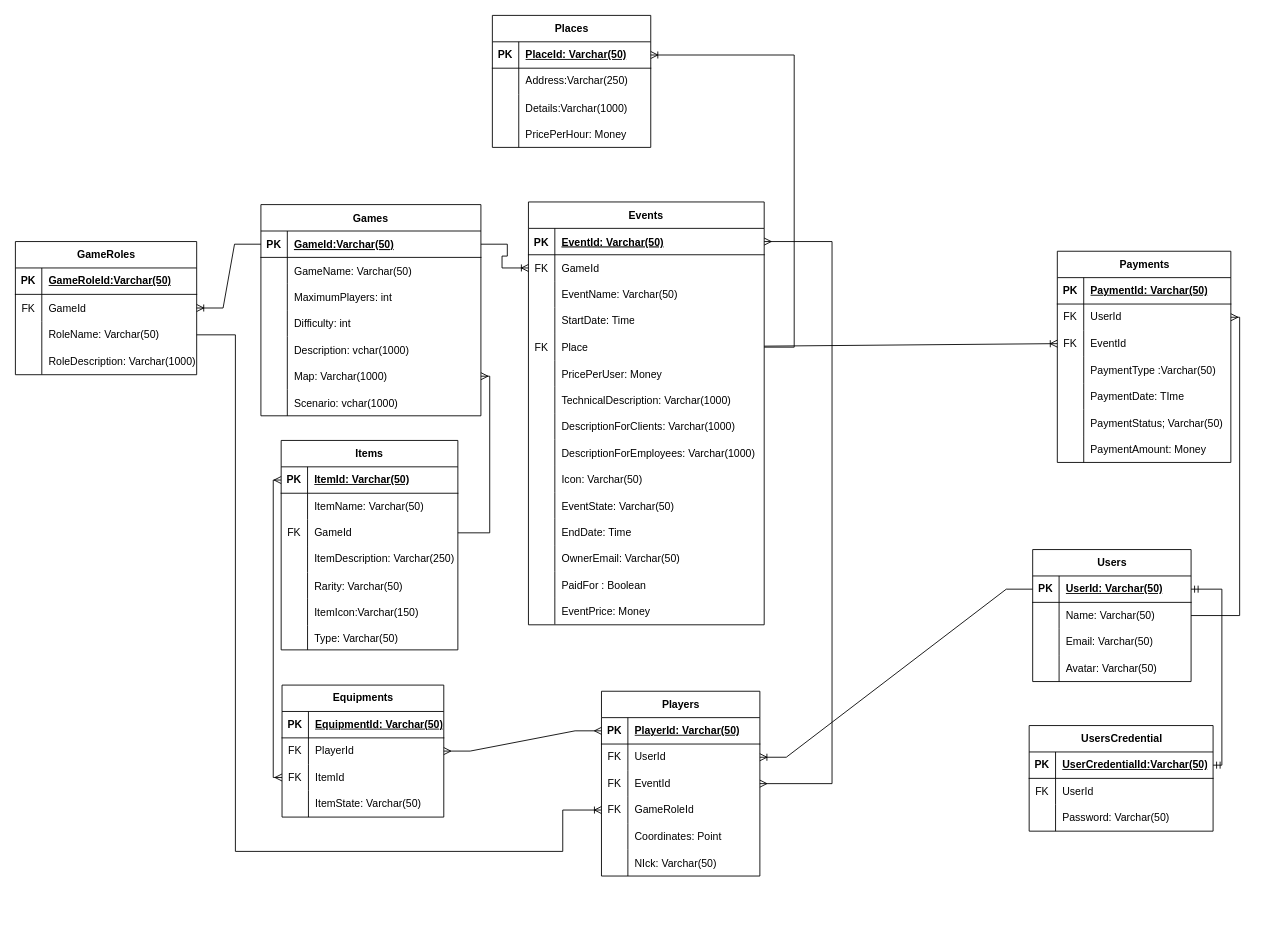
Before: ERD.drawio in PO-2023Z/larpex-db, a draw.io diagram. Source tidied: cells renumbered, new cells numbered last; positions are measured from the earlier drawing's top-left corner, leaving out a move shared by most shapes. Both pictures are drawn from the tidied source at 88%, with x=0, y=0 at pixel (15, 15).
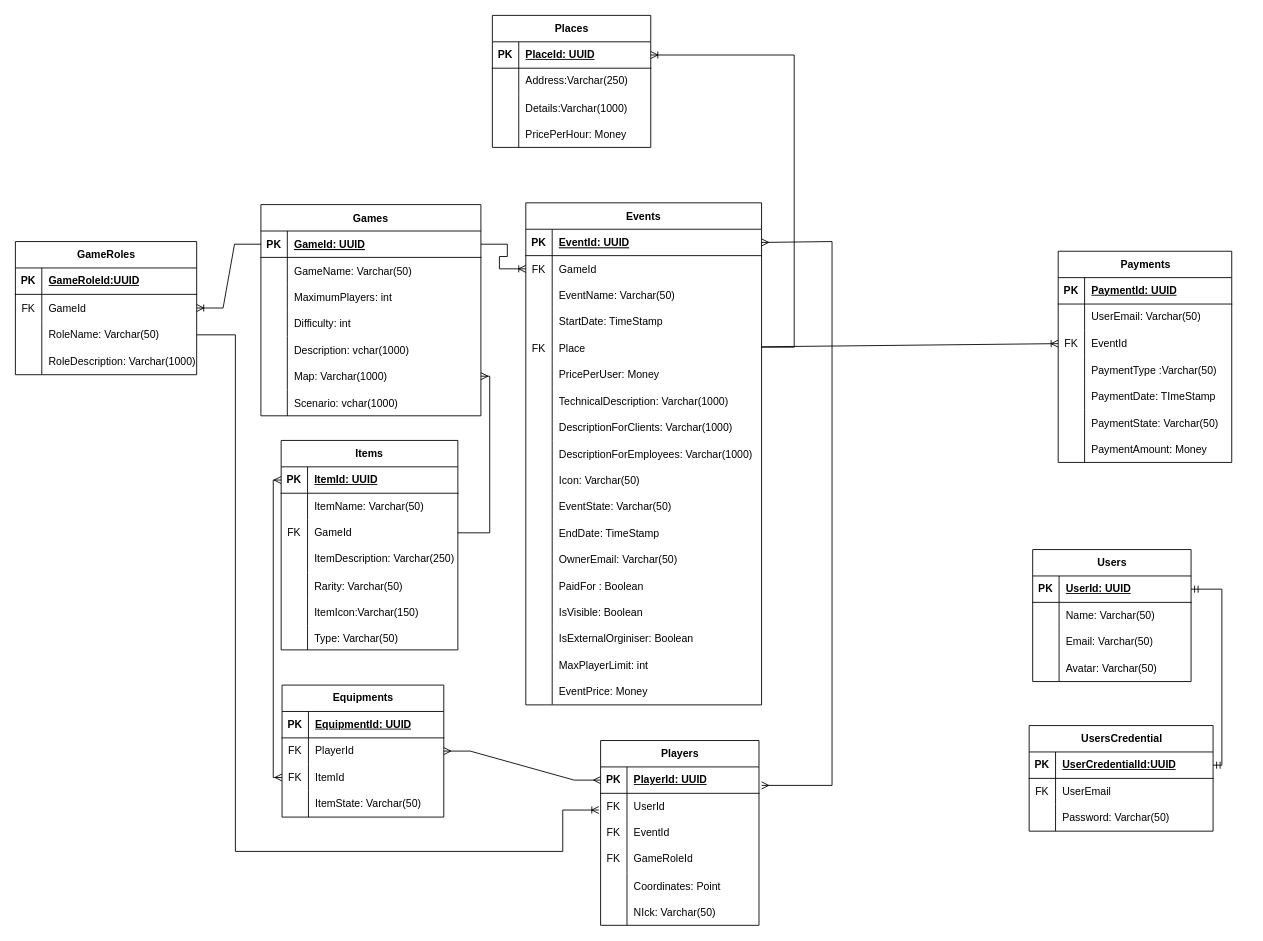
The same diagram, later.

The change refers to these unchanged cells:
```xml
<mxCell id="3" style="shape=partialRectangle;fillColor=none;points=[[0,0.5],[1,0.5]];portConstraint=eastwest;top=0;left=0;right=0;bottom=1;" parent="2" vertex="1">
  <mxGeometry y="30" width="267.9" height="30" as="geometry" />
</mxCell>
<mxCell id="12" style="shape=tableRow;horizontal=0;startSize=0;swimlaneHead=0;swimlaneBody=0;fillColor=none;top=0;left=0;right=0;bottom=0;" parent="2" vertex="1">
  <mxGeometry y="120" width="267.9" height="30" as="geometry" />
</mxCell>
<mxCell id="36" style="shape=tableRow;horizontal=0;startSize=0;swimlaneHead=0;swimlaneBody=0;fillColor=none;top=0;left=0;right=0;bottom=0;" parent="2" vertex="1">
  <mxGeometry y="360" width="267.9" height="30" as="geometry" />
</mxCell>
<mxCell id="49" style="shape=partialRectangle;fillColor=none;points=[[0,0.5],[1,0.5]];portConstraint=eastwest;top=0;left=0;right=0;bottom=1;" parent="48" vertex="1">
  <mxGeometry y="30" width="250" height="30" as="geometry" />
</mxCell>
<mxCell id="71" style="shape=tableRow;horizontal=0;startSize=0;swimlaneHead=0;swimlaneBody=0;fillColor=none;points=[[0,0.5],[1,0.5]];portConstraint=eastwest;top=0;left=0;right=0;bottom=1;" parent="70" vertex="1">
  <mxGeometry y="30" width="180" height="30" as="geometry" />
</mxCell>
<mxCell id="84" style="shape=tableRow;horizontal=0;startSize=0;swimlaneHead=0;swimlaneBody=0;fillColor=none;points=[[0,0.5],[1,0.5]];portConstraint=eastwest;top=0;left=0;right=0;bottom=1;" parent="83" vertex="1">
  <mxGeometry y="30" width="180" height="30" as="geometry" />
</mxCell>
<mxCell id="87" style="shape=tableRow;horizontal=0;startSize=0;swimlaneHead=0;swimlaneBody=0;fillColor=none;points=[[0,0.5],[1,0.5]];portConstraint=eastwest;top=0;left=0;right=0;bottom=0;" parent="83" vertex="1">
  <mxGeometry y="60" width="180" height="30" as="geometry" />
</mxCell>
<mxCell id="97" style="shape=tableRow;horizontal=0;startSize=0;swimlaneHead=0;swimlaneBody=0;fillColor=none;top=0;left=0;right=0;bottom=1;" parent="96" vertex="1">
  <mxGeometry y="30" width="206" height="30" as="geometry" />
</mxCell>
<mxCell id="103" style="shape=tableRow;horizontal=0;startSize=0;swimlaneHead=0;swimlaneBody=0;fillColor=none;points=[[0,0.5],[1,0.5]];portConstraint=eastwest;top=0;left=0;right=0;bottom=0;" parent="96" vertex="1">
  <mxGeometry y="91" width="206" height="30" as="geometry" />
</mxCell>
<mxCell id="110" style="shape=tableRow;horizontal=0;startSize=0;swimlaneHead=0;swimlaneBody=0;fillColor=none;points=[[0,0.5],[1,0.5]];portConstraint=eastwest;top=0;left=0;right=0;bottom=1;" parent="109" vertex="1">
  <mxGeometry y="30" width="180" height="30" as="geometry" />
</mxCell>
<mxCell id="113" style="shape=tableRow;horizontal=0;startSize=0;swimlaneHead=0;swimlaneBody=0;fillColor=none;points=[[0,0.5],[1,0.5]];portConstraint=eastwest;top=0;left=0;right=0;bottom=0;" parent="109" vertex="1">
  <mxGeometry y="60" width="180" height="30" as="geometry" />
</mxCell>
<mxCell id="116" style="shape=tableRow;horizontal=0;startSize=0;swimlaneHead=0;swimlaneBody=0;fillColor=none;points=[[0,0.5],[1,0.5]];portConstraint=eastwest;top=0;left=0;right=0;bottom=0;" parent="109" vertex="1">
  <mxGeometry y="90" width="180" height="30" as="geometry" />
</mxCell>
<mxCell id="119" style="shape=tableRow;horizontal=0;startSize=0;swimlaneHead=0;swimlaneBody=0;fillColor=none;points=[[0,0.5],[1,0.5]];portConstraint=eastwest;top=0;left=0;right=0;bottom=0;" parent="109" vertex="1">
  <mxGeometry y="120" width="180" height="30" as="geometry" />
</mxCell>
<mxCell id="129" style="shape=tableRow;horizontal=0;startSize=0;swimlaneHead=0;swimlaneBody=0;fillColor=none;points=[[0,0.5],[1,0.5]];portConstraint=eastwest;top=0;left=0;right=0;bottom=1;" parent="128" vertex="1">
  <mxGeometry y="30" width="200.8" height="30" as="geometry" />
</mxCell>
<mxCell id="151" style="shape=tableRow;horizontal=0;startSize=0;swimlaneHead=0;swimlaneBody=0;fillColor=none;points=[[0,0.5],[1,0.5]];portConstraint=eastwest;top=0;left=0;right=0;bottom=1;" parent="150" vertex="1">
  <mxGeometry y="30" width="209" height="30" as="geometry" />
</mxCell>
<mxCell id="154" style="shape=tableRow;horizontal=0;startSize=0;swimlaneHead=0;swimlaneBody=0;fillColor=none;top=0;left=0;right=0;bottom=0;" parent="150" vertex="1">
  <mxGeometry y="60" width="209" height="30" as="geometry" />
</mxCell>
<mxCell id="161" style="shape=tableRow;horizontal=0;startSize=0;swimlaneHead=0;swimlaneBody=0;fillColor=none;top=0;left=0;right=0;bottom=1;" parent="160" vertex="1">
  <mxGeometry y="30" width="197.2" height="30" as="geometry" />
</mxCell>
<mxCell id="164" style="shape=tableRow;horizontal=0;startSize=0;swimlaneHead=0;swimlaneBody=0;fillColor=none;points=[[0,0.5],[1,0.5]];portConstraint=eastwest;top=0;left=0;right=0;bottom=0;" parent="160" vertex="1">
  <mxGeometry y="60" width="197.2" height="30" as="geometry" />
</mxCell>
<mxCell id="173" style="shape=tableRow;horizontal=0;startSize=0;swimlaneHead=0;swimlaneBody=0;fillColor=none;top=0;left=0;right=0;bottom=0;" parent="160" vertex="1">
  <mxGeometry y="150" width="197.2" height="30" as="geometry" />
</mxCell>
<mxCell id="176" style="shape=tableRow;horizontal=0;startSize=0;swimlaneHead=0;swimlaneBody=0;fillColor=none;top=0;left=0;right=0;bottom=0;" parent="160" vertex="1">
  <mxGeometry y="180" width="197.2" height="30" as="geometry" />
</mxCell>
<mxCell id="183" style="shape=tableRow;horizontal=0;startSize=0;swimlaneHead=0;swimlaneBody=0;fillColor=none;top=0;left=0;right=0;bottom=1;" parent="182" vertex="1">
  <mxGeometry y="30" width="183.8" height="30" as="geometry" />
</mxCell>
```

Change to the diagram source:
```diff
@@
     <mxCell id="2" value="Events" style="shape=table;startSize=30;childLayout=tableLayout;rowLines=0;fontStyle=1;align=center;" parent="1" vertex="1">
-      <mxGeometry x="583" y="212" width="267.9" height="480.5" as="geometry" />
+      <mxGeometry x="580" y="213" width="267.9" height="570.5" as="geometry" />
     </mxCell>
@@
-    <mxCell id="5" value="EventId: Varchar(50)" style="shape=partialRectangle;overflow=hidden;fillColor=none;top=0;left=0;bottom=0;right=0;align=left;spacingLeft=6;fontStyle=5;" parent="3" vertex="1">
+    <mxCell id="5" value="EventId: UUID" style="shape=partialRectangle;overflow=hidden;fillColor=none;top=0;left=0;bottom=0;right=0;align=left;spacingLeft=6;fontStyle=5;" parent="3" vertex="1">
       <mxGeometry x="30" width="237.9" height="30" as="geometry" />
     </mxCell>
@@
-    <mxCell id="14" value="StartDate: Time" style="shape=partialRectangle;fillColor=none;top=0;left=0;bottom=0;right=0;align=left;spacingLeft=6;fontStyle=0;overflow=hidden;whiteSpace=wrap;html=1;" parent="12" vertex="1">
+    <mxCell id="14" value="StartDate: TimeStamp" style="shape=partialRectangle;fillColor=none;top=0;left=0;bottom=0;right=0;align=left;spacingLeft=6;fontStyle=0;overflow=hidden;whiteSpace=wrap;html=1;" parent="12" vertex="1">
       <mxGeometry x="30" width="237.9" height="30" as="geometry" />
     </mxCell>
@@
-    <mxCell id="38" value="EndDate: Time" style="shape=partialRectangle;fillColor=none;top=0;left=0;bottom=0;right=0;align=left;spacingLeft=6;overflow=hidden;" parent="36" vertex="1">
+    <mxCell id="38" value="EndDate: TimeStamp" style="shape=partialRectangle;fillColor=none;top=0;left=0;bottom=0;right=0;align=left;spacingLeft=6;overflow=hidden;" parent="36" vertex="1">
       <mxGeometry x="30" width="237.9" height="30" as="geometry" />
     </mxCell>
@@
+    <mxCell id="209" style="shape=tableRow;horizontal=0;startSize=0;swimlaneHead=0;swimlaneBody=0;fillColor=none;top=0;left=0;right=0;bottom=0;" parent="2" vertex="1">
+      <mxGeometry y="450" width="267.9" height="30" as="geometry" />
+    </mxCell>
+    <mxCell id="210" style="shape=partialRectangle;fillColor=none;top=0;left=0;bottom=0;right=0;overflow=hidden;" parent="209" vertex="1">
+      <mxGeometry width="30" height="30" as="geometry" />
+    </mxCell>
+    <mxCell id="211" value="IsVisible: Boolean" style="shape=partialRectangle;fillColor=none;top=0;left=0;bottom=0;right=0;align=left;spacingLeft=6;overflow=hidden;" parent="209" vertex="1">
+      <mxGeometry x="30" width="237.9" height="30" as="geometry" />
+    </mxCell>
+    <mxCell id="212" style="shape=tableRow;horizontal=0;startSize=0;swimlaneHead=0;swimlaneBody=0;fillColor=none;top=0;left=0;right=0;bottom=0;" parent="2" vertex="1">
+      <mxGeometry y="480" width="267.9" height="30" as="geometry" />
+    </mxCell>
+    <mxCell id="213" style="shape=partialRectangle;fillColor=none;top=0;left=0;bottom=0;right=0;overflow=hidden;" parent="212" vertex="1">
+      <mxGeometry width="30" height="30" as="geometry" />
+    </mxCell>
+    <mxCell id="214" value="IsExternalOrginiser: Boolean" style="shape=partialRectangle;fillColor=none;top=0;left=0;bottom=0;right=0;align=left;spacingLeft=6;overflow=hidden;" parent="212" vertex="1">
+      <mxGeometry x="30" width="237.9" height="30" as="geometry" />
+    </mxCell>
+    <mxCell id="215" style="shape=tableRow;horizontal=0;startSize=0;swimlaneHead=0;swimlaneBody=0;fillColor=none;top=0;left=0;right=0;bottom=0;" parent="2" vertex="1">
+      <mxGeometry y="510" width="267.9" height="30" as="geometry" />
+    </mxCell>
+    <mxCell id="216" style="shape=partialRectangle;fillColor=none;top=0;left=0;bottom=0;right=0;overflow=hidden;" parent="215" vertex="1">
+      <mxGeometry width="30" height="30" as="geometry" />
+    </mxCell>
+    <mxCell id="217" value="MaxPlayerLimit: int" style="shape=partialRectangle;fillColor=none;top=0;left=0;bottom=0;right=0;align=left;spacingLeft=6;overflow=hidden;" parent="215" vertex="1">
+      <mxGeometry x="30" width="237.9" height="30" as="geometry" />
+    </mxCell>
     <mxCell id="45" style="shape=tableRow;horizontal=0;startSize=0;swimlaneHead=0;swimlaneBody=0;fillColor=none;top=0;left=0;right=0;bottom=0;" parent="2" vertex="1">
-      <mxGeometry y="450" width="267.9" height="30" as="geometry" />
+      <mxGeometry y="540" width="267.9" height="30" as="geometry" />
     </mxCell>
@@
-    <mxCell id="51" value="GameId:Varchar(50)" style="shape=partialRectangle;overflow=hidden;fillColor=none;top=0;left=0;bottom=0;right=0;align=left;spacingLeft=6;fontStyle=5;" parent="49" vertex="1">
+    <mxCell id="51" value="GameId: UUID" style="shape=partialRectangle;overflow=hidden;fillColor=none;top=0;left=0;bottom=0;right=0;align=left;spacingLeft=6;fontStyle=5;" parent="49" vertex="1">
       <mxGeometry x="30" width="220" height="30" as="geometry" />
     </mxCell>
@@
-    <mxCell id="73" value="PlaceId:&amp;nbsp;Varchar(50)" style="shape=partialRectangle;fillColor=none;top=0;left=0;bottom=0;right=0;align=left;spacingLeft=6;fontStyle=5;overflow=hidden;whiteSpace=wrap;html=1;" parent="71" vertex="1">
+    <mxCell id="73" value="PlaceId: UUID" style="shape=partialRectangle;fillColor=none;top=0;left=0;bottom=0;right=0;align=left;spacingLeft=6;fontStyle=5;overflow=hidden;whiteSpace=wrap;html=1;" parent="71" vertex="1">
       <mxGeometry x="30" width="150" height="30" as="geometry" />
     </mxCell>
@@
-    <mxCell id="86" value="UserId:&amp;nbsp;Varchar(50)" style="shape=partialRectangle;fillColor=none;top=0;left=0;bottom=0;right=0;align=left;spacingLeft=6;fontStyle=5;overflow=hidden;whiteSpace=wrap;html=1;" parent="84" vertex="1">
+    <mxCell id="86" value="UserId: UUID" style="shape=partialRectangle;fillColor=none;top=0;left=0;bottom=0;right=0;align=left;spacingLeft=6;fontStyle=5;overflow=hidden;whiteSpace=wrap;html=1;" parent="84" vertex="1">
       <mxGeometry x="30" width="150" height="30" as="geometry" />
     </mxCell>
@@
-    <mxCell id="99" value="GameRoleId:Varchar(50)" style="shape=partialRectangle;fillColor=none;top=0;left=0;bottom=0;right=0;align=left;spacingLeft=6;fontStyle=5;overflow=hidden;whiteSpace=wrap;html=1;" parent="97" vertex="1">
+    <mxCell id="99" value="GameRoleId:UUID" style="shape=partialRectangle;fillColor=none;top=0;left=0;bottom=0;right=0;align=left;spacingLeft=6;fontStyle=5;overflow=hidden;whiteSpace=wrap;html=1;" parent="97" vertex="1">
       <mxGeometry x="30" width="176" height="30" as="geometry" />
     </mxCell>
@@
     <mxCell id="109" value="Players" style="shape=table;startSize=30;childLayout=tableLayout;rowLines=0;fontStyle=1;align=center;html=1;" parent="1" vertex="1">
-      <mxGeometry x="666" y="768" width="180" height="210" as="geometry" />
+      <mxGeometry x="665" y="824" width="180" height="210" as="geometry" />
     </mxCell>
@@
-    <mxCell id="112" value="PlayerId:&amp;nbsp;Varchar(50)" style="shape=partialRectangle;fillColor=none;top=0;left=0;bottom=0;right=0;align=left;spacingLeft=6;fontStyle=5;overflow=hidden;whiteSpace=wrap;html=1;" parent="110" vertex="1">
+    <mxCell id="112" value="PlayerId: UUID" style="shape=partialRectangle;fillColor=none;top=0;left=0;bottom=0;right=0;align=left;spacingLeft=6;fontStyle=5;overflow=hidden;whiteSpace=wrap;html=1;" parent="110" vertex="1">
       <mxGeometry x="30" width="150" height="30" as="geometry" />
     </mxCell>
@@
-    <mxCell id="131" value="ItemId:&amp;nbsp;Varchar(50)" style="shape=partialRectangle;fillColor=none;top=0;left=0;bottom=0;right=0;align=left;spacingLeft=6;fontStyle=5;overflow=hidden;whiteSpace=wrap;html=1;" parent="129" vertex="1">
+    <mxCell id="131" value="ItemId: UUID" style="shape=partialRectangle;fillColor=none;top=0;left=0;bottom=0;right=0;align=left;spacingLeft=6;fontStyle=5;overflow=hidden;whiteSpace=wrap;html=1;" parent="129" vertex="1">
       <mxGeometry x="30" width="170.8" height="30" as="geometry" />
     </mxCell>
@@
-    <mxCell id="153" value="UserCredentialId:Varchar(50)" style="shape=partialRectangle;fillColor=none;top=0;left=0;bottom=0;right=0;align=left;spacingLeft=6;fontStyle=5;overflow=hidden;whiteSpace=wrap;html=1;" parent="151" vertex="1">
+    <mxCell id="153" value="UserCredentialId:UUID" style="shape=partialRectangle;fillColor=none;top=0;left=0;bottom=0;right=0;align=left;spacingLeft=6;fontStyle=5;overflow=hidden;whiteSpace=wrap;html=1;" parent="151" vertex="1">
       <mxGeometry x="30" width="179" height="30" as="geometry" />
     </mxCell>
@@
-    <mxCell id="156" value="UserId" style="shape=partialRectangle;fillColor=none;top=0;left=0;bottom=0;right=0;align=left;spacingLeft=6;overflow=hidden;whiteSpace=wrap;html=1;" parent="154" vertex="1">
+    <mxCell id="156" value="UserEmail" style="shape=partialRectangle;fillColor=none;top=0;left=0;bottom=0;right=0;align=left;spacingLeft=6;overflow=hidden;whiteSpace=wrap;html=1;" parent="154" vertex="1">
       <mxGeometry x="30" width="179" height="30" as="geometry" />
     </mxCell>
@@
     <mxCell id="160" value="Payments" style="shape=table;startSize=30;childLayout=tableLayout;rowLines=0;fontStyle=1;align=center;html=1;" parent="1" vertex="1">
-      <mxGeometry x="1184" y="268" width="197.2" height="240" as="geometry" />
+      <mxGeometry x="1185" y="268" width="197.2" height="240" as="geometry" />
     </mxCell>
@@
-    <mxCell id="163" value="PaymentId:&amp;nbsp;Varchar(50)" style="shape=partialRectangle;fillColor=none;top=0;left=0;bottom=0;right=0;align=left;spacingLeft=6;fontStyle=5;overflow=hidden;whiteSpace=wrap;html=1;" parent="161" vertex="1">
+    <mxCell id="163" value="PaymentId: UUID" style="shape=partialRectangle;fillColor=none;top=0;left=0;bottom=0;right=0;align=left;spacingLeft=6;fontStyle=5;overflow=hidden;whiteSpace=wrap;html=1;" parent="161" vertex="1">
       <mxGeometry x="30" width="167.2" height="30" as="geometry" />
     </mxCell>
@@
-    <mxCell id="165" value="FK" style="shape=partialRectangle;fillColor=none;top=0;left=0;bottom=0;right=0;overflow=hidden;whiteSpace=wrap;html=1;" parent="164" vertex="1">
+    <mxCell id="165" style="shape=partialRectangle;fillColor=none;top=0;left=0;bottom=0;right=0;overflow=hidden;whiteSpace=wrap;html=1;" parent="164" vertex="1">
       <mxGeometry width="30" height="30" as="geometry" />
     </mxCell>
-    <mxCell id="166" value="UserId" style="shape=partialRectangle;fillColor=none;top=0;left=0;bottom=0;right=0;align=left;spacingLeft=6;overflow=hidden;whiteSpace=wrap;html=1;" parent="164" vertex="1">
+    <mxCell id="166" value="UserEmail: Varchar(50)" style="shape=partialRectangle;fillColor=none;top=0;left=0;bottom=0;right=0;align=left;spacingLeft=6;overflow=hidden;whiteSpace=wrap;html=1;" parent="164" vertex="1">
       <mxGeometry x="30" width="167.2" height="30" as="geometry" />
     </mxCell>
@@
-    <mxCell id="175" value="PaymentDate: TIme" style="shape=partialRectangle;fillColor=none;top=0;left=0;bottom=0;right=0;align=left;spacingLeft=6;overflow=hidden;" parent="173" vertex="1">
+    <mxCell id="175" value="PaymentDate: TImeStamp" style="shape=partialRectangle;fillColor=none;top=0;left=0;bottom=0;right=0;align=left;spacingLeft=6;overflow=hidden;" parent="173" vertex="1">
       <mxGeometry x="30" width="167.2" height="30" as="geometry" />
     </mxCell>
@@
-    <mxCell id="178" value="PaymentStatus; Varchar(50)" style="shape=partialRectangle;fillColor=none;top=0;left=0;bottom=0;right=0;align=left;spacingLeft=6;overflow=hidden;" parent="176" vertex="1">
+    <mxCell id="178" value="PaymentState: Varchar(50)" style="shape=partialRectangle;fillColor=none;top=0;left=0;bottom=0;right=0;align=left;spacingLeft=6;overflow=hidden;" parent="176" vertex="1">
       <mxGeometry x="30" width="167.2" height="30" as="geometry" />
     </mxCell>
@@
-    <mxCell id="185" value="EquipmentId:&amp;nbsp;Varchar(50)" style="shape=partialRectangle;fillColor=none;top=0;left=0;bottom=0;right=0;align=left;spacingLeft=6;fontStyle=5;overflow=hidden;whiteSpace=wrap;html=1;" parent="183" vertex="1">
+    <mxCell id="185" value="EquipmentId: UUID" style="shape=partialRectangle;fillColor=none;top=0;left=0;bottom=0;right=0;align=left;spacingLeft=6;fontStyle=5;overflow=hidden;whiteSpace=wrap;html=1;" parent="183" vertex="1">
       <mxGeometry x="30" width="153.8" height="30" as="geometry" />
     </mxCell>
@@
-    <mxCell id="201" style="edgeStyle=entityRelationEdgeStyle;fontSize=12;html=1;endArrow=ERoneToMany;rounded=0;entryX=1;entryY=0.5;entryDx=0;entryDy=0;exitX=0;exitY=0.5;exitDx=0;exitDy=0;" parent="1" edge="1" source="84" target="113">
-      <mxGeometry relative="1" as="geometry" />
-    </mxCell>
@@
-    <mxCell id="203" style="edgeStyle=orthogonalEdgeStyle;fontSize=12;html=1;endArrow=ERoneToMany;rounded=0;entryX=0;entryY=0.5;entryDx=0;entryDy=0;exitX=1;exitY=0.5;exitDx=0;exitDy=0;" parent="1" edge="1" source="103" target="119">
+    <mxCell id="203" style="edgeStyle=orthogonalEdgeStyle;fontSize=12;html=1;endArrow=ERoneToMany;rounded=0;exitX=1;exitY=0.5;exitDx=0;exitDy=0;" parent="1" edge="1" source="103">
       <mxGeometry relative="1" as="geometry">
+        <mxPoint x="663" y="903" as="targetPoint" />
         <Array as="points">
           <mxPoint x="250" y="363" />
           <mxPoint x="250" y="950" />
           <mxPoint x="622" y="950" />
           <mxPoint x="622" y="903" />
         </Array>
       </mxGeometry>
     </mxCell>
@@
-    <mxCell id="205" style="edgeStyle=orthogonalEdgeStyle;fontSize=12;html=1;endArrow=ERmany;rounded=0;exitX=1;exitY=0.5;exitDx=0;exitDy=0;entryX=1;entryY=0.5;entryDx=0;entryDy=0;" parent="1" edge="1" source="87" target="164">
-      <mxGeometry relative="1" as="geometry" />
-    </mxCell>
@@
-    <mxCell id="208" style="edgeStyle=orthogonalEdgeStyle;fontSize=12;html=1;endArrow=ERmany;startArrow=ERmany;rounded=0;exitX=1;exitY=0.5;exitDx=0;exitDy=0;entryX=1;entryY=0.5;entryDx=0;entryDy=0;" parent="1" edge="1" source="116" target="3">
+    <mxCell id="208" style="edgeStyle=orthogonalEdgeStyle;fontSize=12;html=1;endArrow=ERmany;startArrow=ERmany;rounded=0;entryX=1;entryY=0.5;entryDx=0;entryDy=0;" parent="1" edge="1" target="3">
       <mxGeometry relative="1" as="geometry">
+        <mxPoint x="848" y="875" as="sourcePoint" />
         <Array as="points">
-          <mxPoint x="928" y="873" />
+          <mxPoint x="928" y="875" />
           <mxPoint x="928" y="257" />
         </Array>
       </mxGeometry>
     </mxCell>
```
